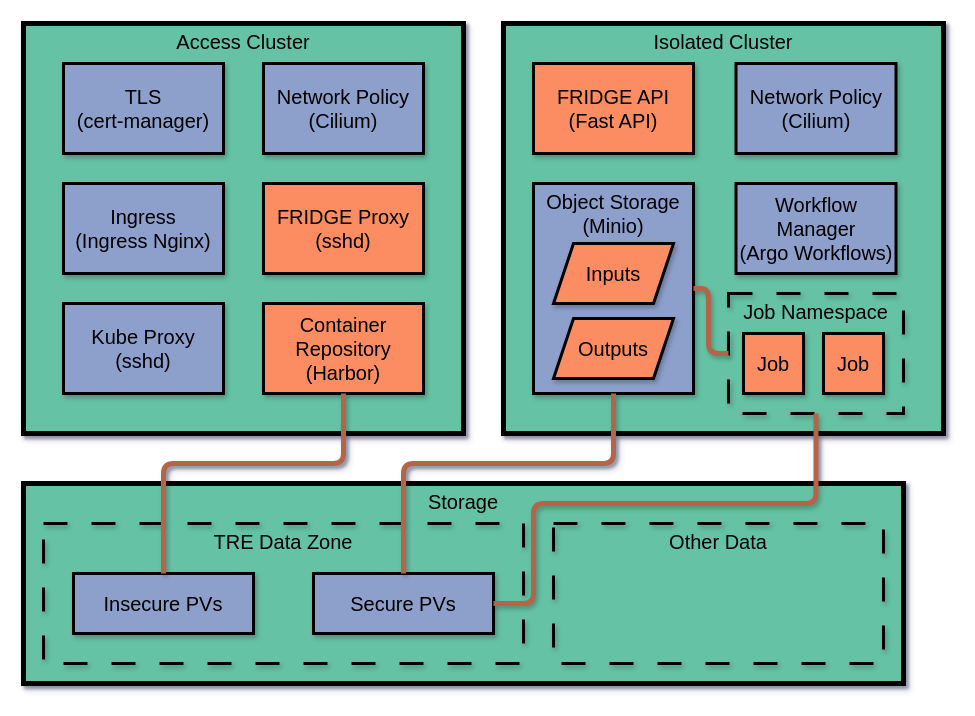
The draw.io diagram docs/static/internal.drawio in alan-turing-institute/fridge, before the edit. Source tidied: cells renumbered, new cells numbered last; positions are measured from the earlier drawing's top-left corner, leaving out a move shared by most shapes. Both pictures are drawn from the tidied source at 100%, with x=0, y=0 at pixel (23, 23).
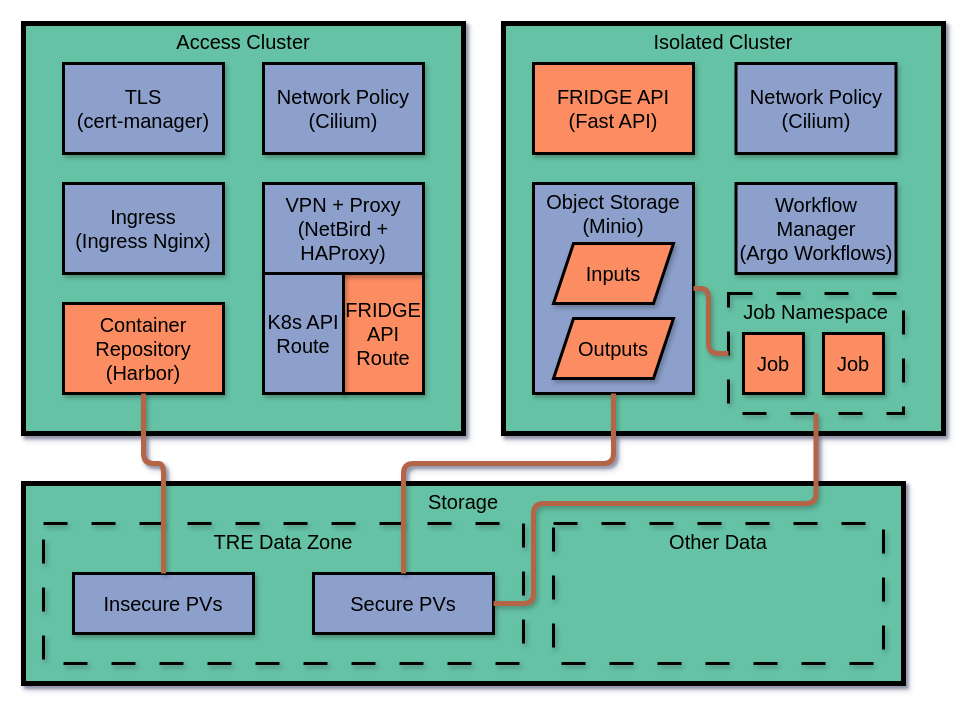
Above is the later version.

The change refers to these unchanged cells:
```xml
<mxCell id="7" value="Insecure PVs" style="rounded=0;whiteSpace=wrap;html=1;strokeWidth=3;fontSize=20;fillColor=#8DA0CB;shadow=1;" parent="2" vertex="1">
  <mxGeometry x="50" y="90" width="180" height="60" as="geometry" />
</mxCell>
<mxCell id="21" style="group;shadow=1;" parent="1" vertex="1">
  <mxGeometry width="440" height="440" as="geometry" />
</mxCell>
```

The edit, as a diff of the source:
```diff
@@
     <mxCell id="23" value="&lt;div&gt;Container Repository&lt;/div&gt;&lt;div&gt;(Harbor)&lt;/div&gt;" style="rounded=0;whiteSpace=wrap;html=1;strokeWidth=3;fontSize=20;fillColor=#FC8D62;shadow=1;" parent="21" vertex="1">
-      <mxGeometry x="240" y="280" width="160" height="90" as="geometry" />
+      <mxGeometry x="40" y="280" width="160" height="90" as="geometry" />
     </mxCell>
-    <mxCell id="24" value="&lt;div&gt;Kube Proxy&lt;/div&gt;(sshd)" style="rounded=0;whiteSpace=wrap;html=1;strokeWidth=3;fontSize=20;fillColor=#8DA0CB;shadow=1;" parent="21" vertex="1">
-      <mxGeometry x="40" y="280" width="160" height="90" as="geometry" />
-    </mxCell>
@@
-    <mxCell id="28" value="FRIDGE Proxy&lt;br&gt;(sshd)" style="rounded=0;whiteSpace=wrap;html=1;strokeWidth=3;fontSize=20;fillColor=#FC8D62;shadow=1;" parent="21" vertex="1">
-      <mxGeometry x="240" y="160" width="160" height="90" as="geometry" />
+    <mxCell id="28" value="FRIDGE API Route" style="rounded=0;whiteSpace=wrap;html=1;strokeWidth=3;fontSize=20;fillColor=#FC8D62;shadow=1;" parent="21" vertex="1">
+      <mxGeometry x="320" y="250" width="80" height="120" as="geometry" />
     </mxCell>
+    <mxCell id="24" value="VPN + Proxy&lt;div&gt;(NetBird + HAProxy)&lt;/div&gt;" style="rounded=0;whiteSpace=wrap;html=1;strokeWidth=3;fontSize=20;fillColor=#8DA0CB;shadow=1;" parent="21" vertex="1">
+      <mxGeometry x="240" y="160" width="160" height="90" as="geometry" />
+    </mxCell>
+    <mxCell id="32" value="K8s API Route" style="rounded=0;whiteSpace=wrap;html=1;strokeWidth=3;fontSize=20;fillColor=#8DA0CB;shadow=1;" parent="21" vertex="1">
+      <mxGeometry x="240" y="250" width="80" height="120" as="geometry" />
+    </mxCell>
     <mxCell id="29" style="edgeStyle=orthogonalEdgeStyle;rounded=1;jettySize=auto;html=1;exitX=0.5;exitY=1;exitDx=0;exitDy=0;entryX=0.5;entryY=0;entryDx=0;entryDy=0;strokeColor=#B46546;strokeWidth=5;align=center;verticalAlign=middle;fontFamily=Helvetica;fontSize=11;fontColor=default;labelBackgroundColor=default;endArrow=none;endFill=0;curved=0;shadow=1;" parent="1" edge="1" source="23" target="7">
       <mxGeometry relative="1" as="geometry">
         <Array as="points">
-          <mxPoint x="320" y="440" />
+          <mxPoint x="120" y="440" />
           <mxPoint x="140" y="440" />
         </Array>
       </mxGeometry>
     </mxCell>
```
